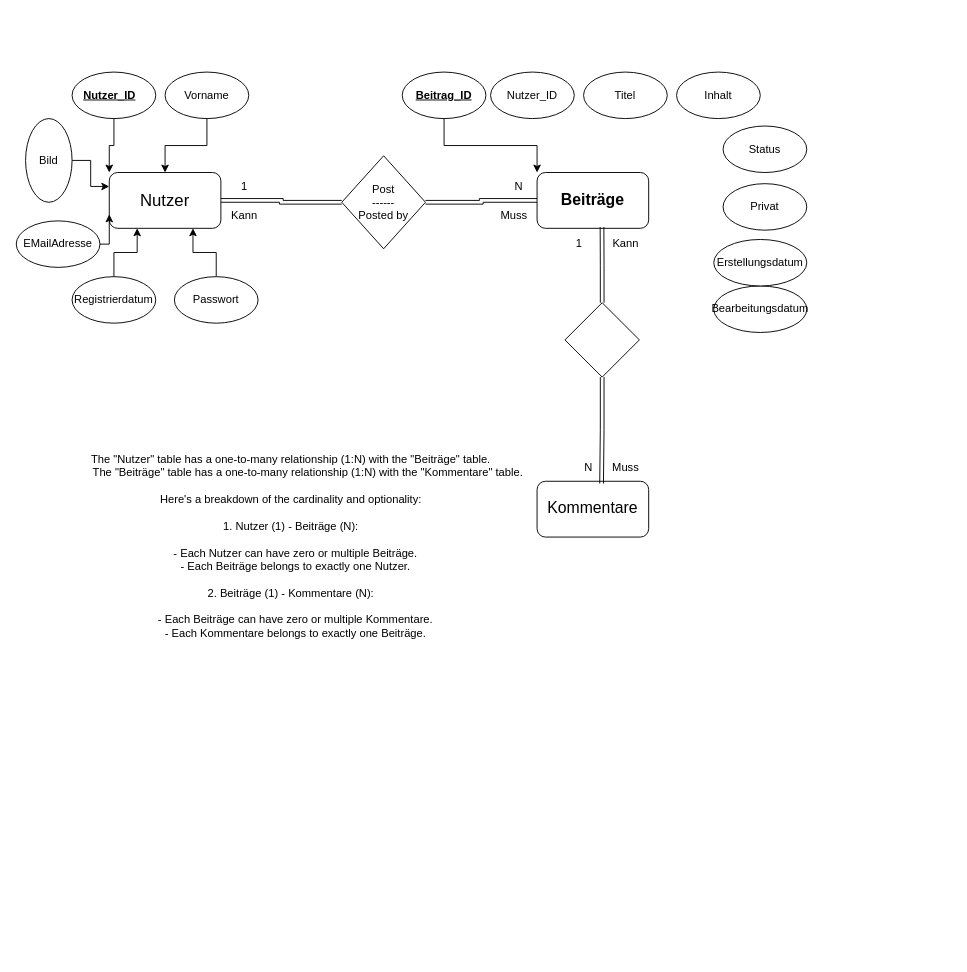
Above: classproject.drawio in Fabrice-G/test_education (draw.io), before the change. Source tidied: cells renumbered, new cells numbered last; positions are measured from the earlier drawing's top-left corner, leaving out a move shared by most shapes. Both pictures are drawn from the tidied source at 93%, with x=0, y=0 at pixel (16, 72).
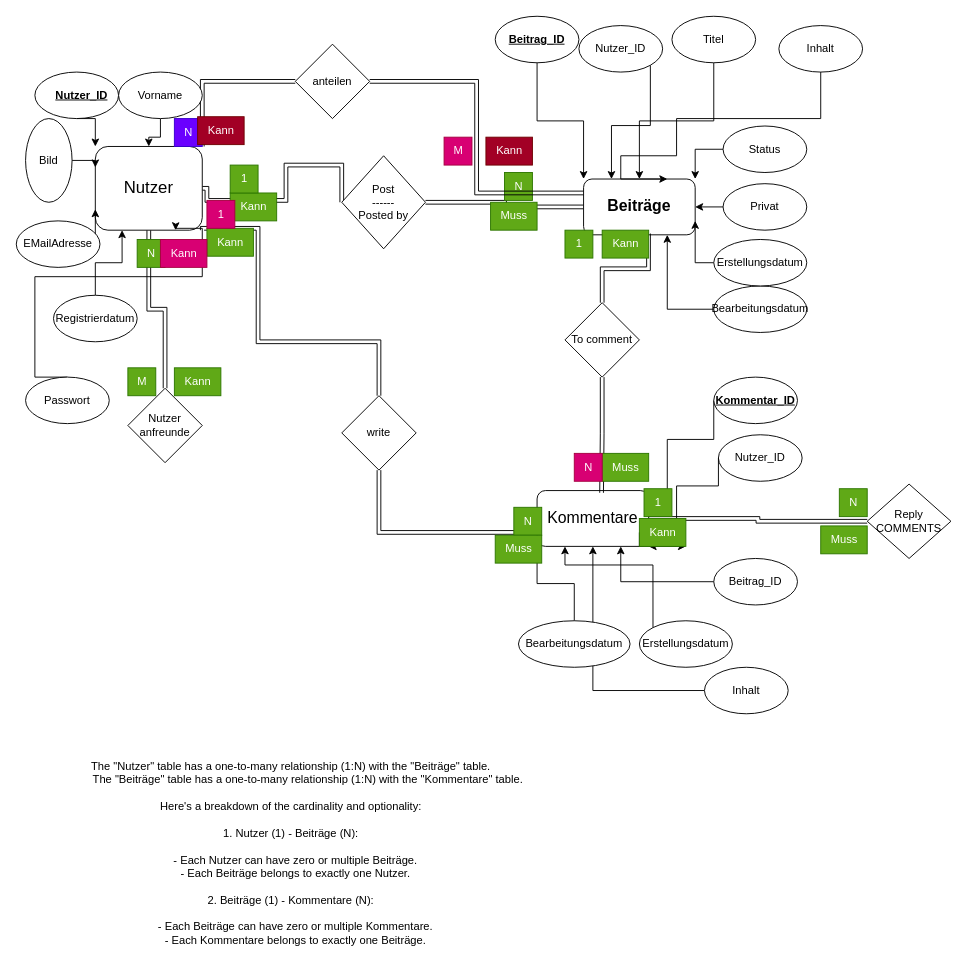
The same diagram, later.

Unchanged cells that the change refers to:
```xml
<mxCell id="20" value="Post&lt;br&gt;------&lt;br&gt;Posted by" style="rhombus;whiteSpace=wrap;html=1;" parent="1" vertex="1">
  <mxGeometry x="350" y="90" width="90" height="100" as="geometry" />
</mxCell>
<mxCell id="33" value="Bearbeitungsdatum" style="ellipse;whiteSpace=wrap;html=1;" parent="1" vertex="1">
  <mxGeometry x="750" y="230" width="100" height="50" as="geometry" />
</mxCell>
<mxCell id="34" value="Erstellungsdatum" style="ellipse;whiteSpace=wrap;html=1;" parent="1" vertex="1">
  <mxGeometry x="750" y="180" width="100" height="50" as="geometry" />
</mxCell>
<mxCell id="35" value="Privat" style="ellipse;whiteSpace=wrap;html=1;" parent="1" vertex="1">
  <mxGeometry x="760" y="120" width="90" height="50" as="geometry" />
</mxCell>
<mxCell id="36" value="Status" style="ellipse;whiteSpace=wrap;html=1;" parent="1" vertex="1">
  <mxGeometry x="760" y="58" width="90" height="50" as="geometry" />
</mxCell>
```

What changed in the source:
```diff
@@
+    <mxCell id="42" style="edgeStyle=orthogonalEdgeStyle;shape=link;rounded=0;jettySize=auto;html=1;exitX=0.5;exitY=1;exitDx=0;exitDy=0;entryX=0.5;entryY=0;entryDx=0;entryDy=0;" parent="1" edge="1" source="3" target="65">
+      <mxGeometry relative="1" as="geometry" />
+    </mxCell>
+    <mxCell id="43" style="edgeStyle=orthogonalEdgeStyle;shape=link;rounded=0;jettySize=auto;html=1;exitX=1;exitY=1;exitDx=0;exitDy=0;" parent="1" edge="1" source="3" target="70">
+      <mxGeometry relative="1" as="geometry">
+        <Array as="points">
+          <mxPoint x="260" y="168" />
+          <mxPoint x="260" y="290" />
+          <mxPoint x="390" y="290" />
+        </Array>
+      </mxGeometry>
+    </mxCell>
     <mxCell id="2" style="edgeStyle=orthogonalEdgeStyle;shape=link;rounded=0;jettySize=auto;html=1;exitX=1;exitY=0.5;exitDx=0;exitDy=0;entryX=0;entryY=0.5;entryDx=0;entryDy=0;" parent="1" edge="1" source="3" target="20">
-      <mxGeometry relative="1" as="geometry" />
+      <mxGeometry relative="1" as="geometry">
+        <Array as="points">
+          <mxPoint x="205" y="138" />
+          <mxPoint x="290" y="138" />
+          <mxPoint x="290" y="100" />
+          <mxPoint x="350" y="100" />
+        </Array>
+      </mxGeometry>
     </mxCell>
+    <mxCell id="44" style="edgeStyle=orthogonalEdgeStyle;shape=link;rounded=0;jettySize=auto;html=1;exitX=1;exitY=0;exitDx=0;exitDy=0;entryX=0;entryY=0.5;entryDx=0;entryDy=0;" parent="1" edge="1" source="3" target="83">
+      <mxGeometry relative="1" as="geometry" />
+    </mxCell>
     <mxCell id="3" value="&lt;font style=&quot;font-size: 18px;&quot;&gt;Nutzer&lt;/font&gt;" style="rounded=1;whiteSpace=wrap;html=1;" parent="1" vertex="1">
-      <mxGeometry x="100" y="108" width="120" height="60" as="geometry" />
+      <mxGeometry x="85" y="80" width="115" height="90" as="geometry" />
     </mxCell>
@@
     <mxCell id="5" value="&lt;b&gt;&lt;font style=&quot;font-size: 17px;&quot;&gt;Beiträge&lt;/font&gt;&lt;/b&gt;" style="rounded=1;whiteSpace=wrap;html=1;" parent="1" vertex="1">
-      <mxGeometry x="560" y="108" width="120" height="60" as="geometry" />
+      <mxGeometry x="610" y="115" width="120" height="60" as="geometry" />
     </mxCell>
+    <mxCell id="45" style="edgeStyle=orthogonalEdgeStyle;shape=link;rounded=0;jettySize=auto;html=1;exitX=1;exitY=0.5;exitDx=0;exitDy=0;entryX=0;entryY=0.5;entryDx=0;entryDy=0;" parent="1" edge="1" source="6" target="74">
+      <mxGeometry relative="1" as="geometry" />
+    </mxCell>
     <mxCell id="6" value="&lt;font style=&quot;font-size: 17px;&quot;&gt;Kommentare&lt;/font&gt;" style="rounded=1;whiteSpace=wrap;html=1;" parent="1" vertex="1">
-      <mxGeometry x="560" y="440" width="120" height="60" as="geometry" />
+      <mxGeometry x="560" y="450" width="120" height="60" as="geometry" />
     </mxCell>
@@
     <mxCell id="8" style="ellipse;whiteSpace=wrap;html=1;" parent="1" vertex="1">
-      <mxGeometry x="60" width="90" height="50" as="geometry" />
+      <mxGeometry x="20" width="90" height="50" as="geometry" />
     </mxCell>
@@
     <mxCell id="11" style="edgeStyle=orthogonalEdgeStyle;rounded=0;jettySize=auto;html=1;exitX=0.5;exitY=0;exitDx=0;exitDy=0;entryX=0.75;entryY=1;entryDx=0;entryDy=0;" parent="1" edge="1" source="12" target="3">
-      <mxGeometry relative="1" as="geometry" />
+      <mxGeometry relative="1" as="geometry">
+        <Array as="points">
+          <mxPoint x="20" y="328" />
+          <mxPoint x="20" y="220" />
+          <mxPoint x="200" y="220" />
+          <mxPoint x="200" y="168" />
+        </Array>
+      </mxGeometry>
     </mxCell>
     <mxCell id="12" value="Passwort" style="ellipse;whiteSpace=wrap;html=1;" parent="1" vertex="1">
-      <mxGeometry x="170" y="220" width="90" height="50" as="geometry" />
+      <mxGeometry x="10" y="328" width="90" height="50" as="geometry" />
     </mxCell>
@@
     <mxCell id="14" value="Registrierdatum" style="ellipse;whiteSpace=wrap;html=1;" parent="1" vertex="1">
-      <mxGeometry x="60" y="220" width="90" height="50" as="geometry" />
+      <mxGeometry x="40" y="240" width="90" height="50" as="geometry" />
     </mxCell>
@@
     <mxCell id="17" value="&lt;u&gt;&lt;b&gt;Nutzer_ID&lt;/b&gt;&lt;/u&gt;" style="text;html=1;align=center;verticalAlign=middle;strokeColor=none;fillColor=none;" parent="1" vertex="1">
-      <mxGeometry x="60" y="10" width="80" height="30" as="geometry" />
+      <mxGeometry x="30" y="10" width="80" height="30" as="geometry" />
     </mxCell>
@@
     <mxCell id="19" value="Vorname" style="ellipse;whiteSpace=wrap;html=1;" parent="1" vertex="1">
-      <mxGeometry x="160" width="90" height="50" as="geometry" />
+      <mxGeometry x="110" width="90" height="50" as="geometry" />
     </mxCell>
@@
-    <mxCell id="23" style="rhombus;whiteSpace=wrap;html=1;" parent="1" vertex="1">
+    <mxCell id="23" value="To comment&lt;br&gt;" style="rhombus;whiteSpace=wrap;html=1;" parent="1" vertex="1">
       <mxGeometry x="590" y="248" width="80" height="80" as="geometry" />
     </mxCell>
     <mxCell id="24" value="&lt;div&gt;&lt;span style=&quot;background-color: initial;&quot;&gt;The &quot;Nutzer&quot; table has a one-to-many relationship (1:N) with the &quot;Beiträge&quot; table.&lt;/span&gt;&lt;/div&gt;&lt;div&gt;&lt;span style=&quot;background-color: initial;&quot;&gt;&amp;nbsp; &amp;nbsp; &amp;nbsp; &amp;nbsp; &amp;nbsp; &amp;nbsp;The &quot;Beiträge&quot; table has a one-to-many relationship (1:N) with the &quot;Kommentare&quot; table.&lt;/span&gt;&lt;/div&gt;&lt;div&gt;&lt;br&gt;&lt;/div&gt;&lt;div&gt;Here's a breakdown of the cardinality and optionality:&lt;/div&gt;&lt;div&gt;&lt;br&gt;&lt;/div&gt;&lt;div&gt;1. Nutzer (1) - Beiträge (N):&lt;/div&gt;&lt;div&gt;&lt;br&gt;&lt;/div&gt;&lt;div&gt;&amp;nbsp; &amp;nbsp;- Each Nutzer can have zero or multiple Beiträge.&lt;/div&gt;&lt;div&gt;&amp;nbsp; &amp;nbsp;- Each Beiträge belongs to exactly one Nutzer.&lt;/div&gt;&lt;div&gt;&lt;br&gt;&lt;/div&gt;&lt;div&gt;2. Beiträge (1) - Kommentare (N):&lt;/div&gt;&lt;div&gt;&lt;br&gt;&lt;/div&gt;&lt;div&gt;&amp;nbsp; &amp;nbsp;- Each Beiträge can have zero or multiple Kommentare.&lt;/div&gt;&lt;div&gt;&amp;nbsp; &amp;nbsp;- Each Kommentare belongs to exactly one Beiträge.&lt;/div&gt;" style="text;html=1;align=center;verticalAlign=middle;strokeColor=none;fillColor=none;" parent="1" vertex="1">
-      <mxGeometry x="35" y="400" width="520" height="220" as="geometry" />
+      <mxGeometry x="35" y="730" width="520" height="220" as="geometry" />
     </mxCell>
-    <mxCell id="25" value="Kann" style="text;html=1;align=center;verticalAlign=middle;strokeColor=none;fillColor=none;" parent="1" vertex="1">
-      <mxGeometry x="220" y="140" width="50" height="30" as="geometry" />
+    <mxCell id="25" value="Kann" style="text;html=1;align=center;verticalAlign=middle;strokeColor=#2D7600;fillColor=#60a917;fontColor=#ffffff;" parent="1" vertex="1">
+      <mxGeometry x="230" y="130" width="50" height="30" as="geometry" />
     </mxCell>
-    <mxCell id="26" value="Muss" style="text;html=1;align=center;verticalAlign=middle;strokeColor=none;fillColor=none;" parent="1" vertex="1">
+    <mxCell id="26" value="Muss" style="text;html=1;align=center;verticalAlign=middle;strokeColor=#2D7600;fillColor=#60a917;fontColor=#ffffff;" parent="1" vertex="1">
       <mxGeometry x="510" y="140" width="50" height="30" as="geometry" />
     </mxCell>
-    <mxCell id="27" value="N" style="text;html=1;align=center;verticalAlign=middle;strokeColor=none;fillColor=none;" parent="1" vertex="1">
+    <mxCell id="27" value="N" style="text;html=1;align=center;verticalAlign=middle;strokeColor=#2D7600;fillColor=#60a917;fontColor=#ffffff;" parent="1" vertex="1">
       <mxGeometry x="525" y="108" width="30" height="30" as="geometry" />
     </mxCell>
-    <mxCell id="28" value="1" style="text;html=1;align=center;verticalAlign=middle;strokeColor=none;fillColor=none;" parent="1" vertex="1">
-      <mxGeometry x="230" y="108" width="30" height="30" as="geometry" />
+    <mxCell id="28" value="1" style="text;html=1;align=center;verticalAlign=middle;strokeColor=#2D7600;fillColor=#60a917;fontColor=#ffffff;" parent="1" vertex="1">
+      <mxGeometry x="230" y="100" width="30" height="30" as="geometry" />
     </mxCell>
-    <mxCell id="29" value="1" style="text;html=1;align=center;verticalAlign=middle;strokeColor=none;fillColor=none;" parent="1" vertex="1">
+    <mxCell id="29" value="1" style="text;html=1;align=center;verticalAlign=middle;strokeColor=#2D7600;fillColor=#60a917;fontColor=#ffffff;" parent="1" vertex="1">
       <mxGeometry x="590" y="170" width="30" height="30" as="geometry" />
     </mxCell>
-    <mxCell id="30" value="Kann" style="text;html=1;align=center;verticalAlign=middle;strokeColor=none;fillColor=none;" parent="1" vertex="1">
+    <mxCell id="30" value="Kann" style="text;html=1;align=center;verticalAlign=middle;strokeColor=#2D7600;fillColor=#60a917;fontColor=#ffffff;" parent="1" vertex="1">
       <mxGeometry x="630" y="170" width="50" height="30" as="geometry" />
     </mxCell>
-    <mxCell id="31" value="Muss" style="text;html=1;align=center;verticalAlign=middle;strokeColor=none;fillColor=none;" parent="1" vertex="1">
+    <mxCell id="31" value="Muss" style="text;html=1;align=center;verticalAlign=middle;strokeColor=#2D7600;fillColor=#60a917;fontColor=#ffffff;" parent="1" vertex="1">
       <mxGeometry x="630" y="410" width="50" height="30" as="geometry" />
     </mxCell>
-    <mxCell id="32" value="N" style="text;html=1;align=center;verticalAlign=middle;strokeColor=none;fillColor=none;" parent="1" vertex="1">
+    <mxCell id="32" value="N" style="text;html=1;align=center;verticalAlign=middle;strokeColor=#A50040;fillColor=#d80073;fontColor=#ffffff;" parent="1" vertex="1">
       <mxGeometry x="600" y="410" width="30" height="30" as="geometry" />
     </mxCell>
+    <mxCell id="46" style="edgeStyle=orthogonalEdgeStyle;rounded=0;jettySize=auto;html=1;exitX=0;exitY=0.5;exitDx=0;exitDy=0;entryX=0.75;entryY=1;entryDx=0;entryDy=0;" parent="1" edge="1" source="33" target="5">
+      <mxGeometry relative="1" as="geometry" />
+    </mxCell>
@@
+    <mxCell id="47" style="edgeStyle=orthogonalEdgeStyle;rounded=0;jettySize=auto;html=1;exitX=0;exitY=0.5;exitDx=0;exitDy=0;entryX=1;entryY=0.75;entryDx=0;entryDy=0;" parent="1" edge="1" source="34" target="5">
+      <mxGeometry relative="1" as="geometry" />
+    </mxCell>
@@
+    <mxCell id="48" style="edgeStyle=orthogonalEdgeStyle;rounded=0;jettySize=auto;html=1;exitX=0;exitY=0.5;exitDx=0;exitDy=0;entryX=1;entryY=0.5;entryDx=0;entryDy=0;" parent="1" edge="1" source="35" target="5">
+      <mxGeometry relative="1" as="geometry" />
+    </mxCell>
@@
+    <mxCell id="49" style="edgeStyle=orthogonalEdgeStyle;rounded=0;jettySize=auto;html=1;exitX=0;exitY=0.5;exitDx=0;exitDy=0;entryX=1;entryY=0;entryDx=0;entryDy=0;" parent="1" edge="1" source="36" target="5">
+      <mxGeometry relative="1" as="geometry" />
+    </mxCell>
@@
     <mxCell id="38" value="&lt;u&gt;&lt;b&gt;Beitrag_ID&lt;/b&gt;&lt;/u&gt;" style="ellipse;whiteSpace=wrap;html=1;" parent="1" vertex="1">
-      <mxGeometry x="415" width="90" height="50" as="geometry" />
+      <mxGeometry x="515" y="-60" width="90" height="50" as="geometry" />
     </mxCell>
+    <mxCell id="50" style="edgeStyle=orthogonalEdgeStyle;rounded=0;jettySize=auto;html=1;exitX=0.5;exitY=1;exitDx=0;exitDy=0;entryX=0.75;entryY=0;entryDx=0;entryDy=0;" parent="1" edge="1" source="39" target="5">
+      <mxGeometry relative="1" as="geometry">
+        <Array as="points">
+          <mxPoint x="710" y="50" />
+          <mxPoint x="710" y="90" />
+          <mxPoint x="650" y="90" />
+        </Array>
+      </mxGeometry>
+    </mxCell>
     <mxCell id="39" value="Inhalt" style="ellipse;whiteSpace=wrap;html=1;" parent="1" vertex="1">
-      <mxGeometry x="710" width="90" height="50" as="geometry" />
+      <mxGeometry x="820" y="-50" width="90" height="50" as="geometry" />
     </mxCell>
+    <mxCell id="51" style="edgeStyle=orthogonalEdgeStyle;rounded=0;jettySize=auto;html=1;exitX=0.5;exitY=1;exitDx=0;exitDy=0;entryX=0.5;entryY=0;entryDx=0;entryDy=0;" parent="1" edge="1" source="40" target="5">
+      <mxGeometry relative="1" as="geometry" />
+    </mxCell>
     <mxCell id="40" value="Titel" style="ellipse;whiteSpace=wrap;html=1;" parent="1" vertex="1">
-      <mxGeometry x="610" width="90" height="50" as="geometry" />
+      <mxGeometry x="705" y="-60" width="90" height="50" as="geometry" />
     </mxCell>
+    <mxCell id="52" style="edgeStyle=orthogonalEdgeStyle;rounded=0;jettySize=auto;html=1;exitX=1;exitY=1;exitDx=0;exitDy=0;entryX=0.25;entryY=0;entryDx=0;entryDy=0;" parent="1" edge="1" source="41" target="5">
+      <mxGeometry relative="1" as="geometry" />
+    </mxCell>
     <mxCell id="41" value="Nutzer_ID" style="ellipse;whiteSpace=wrap;html=1;" parent="1" vertex="1">
-      <mxGeometry x="510" width="90" height="50" as="geometry" />
+      <mxGeometry x="605" y="-50" width="90" height="50" as="geometry" />
     </mxCell>
+    <mxCell id="53" style="edgeStyle=orthogonalEdgeStyle;rounded=0;jettySize=auto;html=1;exitX=0;exitY=0.5;exitDx=0;exitDy=0;entryX=0.5;entryY=1;entryDx=0;entryDy=0;" parent="1" edge="1" source="54" target="6">
+      <mxGeometry relative="1" as="geometry" />
+    </mxCell>
+    <mxCell id="54" value="Inhalt" style="ellipse;whiteSpace=wrap;html=1;" parent="1" vertex="1">
+      <mxGeometry x="740" y="640" width="90" height="50" as="geometry" />
+    </mxCell>
+    <mxCell id="55" style="edgeStyle=orthogonalEdgeStyle;rounded=0;jettySize=auto;html=1;exitX=0.5;exitY=0;exitDx=0;exitDy=0;entryX=0;entryY=1;entryDx=0;entryDy=0;" parent="1" edge="1" source="56" target="6">
+      <mxGeometry relative="1" as="geometry" />
+    </mxCell>
+    <mxCell id="56" value="Bearbeitungsdatum" style="ellipse;whiteSpace=wrap;html=1;" parent="1" vertex="1">
+      <mxGeometry x="540" y="590" width="120" height="50" as="geometry" />
+    </mxCell>
+    <mxCell id="57" style="edgeStyle=orthogonalEdgeStyle;rounded=0;jettySize=auto;html=1;exitX=0;exitY=0;exitDx=0;exitDy=0;entryX=0.25;entryY=1;entryDx=0;entryDy=0;" parent="1" edge="1" source="58" target="6">
+      <mxGeometry relative="1" as="geometry">
+        <Array as="points">
+          <mxPoint x="685" y="530" />
+          <mxPoint x="590" y="530" />
+        </Array>
+      </mxGeometry>
+    </mxCell>
+    <mxCell id="58" value="Erstellungsdatum" style="ellipse;whiteSpace=wrap;html=1;" parent="1" vertex="1">
+      <mxGeometry x="670" y="590" width="100" height="50" as="geometry" />
+    </mxCell>
+    <mxCell id="59" style="edgeStyle=orthogonalEdgeStyle;rounded=0;jettySize=auto;html=1;exitX=0;exitY=0.5;exitDx=0;exitDy=0;entryX=0.75;entryY=1;entryDx=0;entryDy=0;" parent="1" edge="1" source="60" target="6">
+      <mxGeometry relative="1" as="geometry" />
+    </mxCell>
+    <mxCell id="60" value="Beitrag_ID" style="ellipse;whiteSpace=wrap;html=1;" parent="1" vertex="1">
+      <mxGeometry x="750" y="523" width="90" height="50" as="geometry" />
+    </mxCell>
+    <mxCell id="61" style="edgeStyle=orthogonalEdgeStyle;rounded=0;jettySize=auto;html=1;exitX=0;exitY=0.5;exitDx=0;exitDy=0;entryX=1;entryY=1;entryDx=0;entryDy=0;" parent="1" edge="1" source="77" target="6">
+      <mxGeometry relative="1" as="geometry">
+        <Array as="points">
+          <mxPoint x="710" y="510" />
+          <mxPoint x="680" y="510" />
+        </Array>
+      </mxGeometry>
+    </mxCell>
+    <mxCell id="62" value="Nutzer_ID" style="ellipse;whiteSpace=wrap;html=1;" parent="1" vertex="1">
+      <mxGeometry x="755" y="390" width="90" height="50" as="geometry" />
+    </mxCell>
+    <mxCell id="63" style="edgeStyle=orthogonalEdgeStyle;rounded=0;jettySize=auto;html=1;exitX=0;exitY=0.5;exitDx=0;exitDy=0;entryX=1;entryY=0.25;entryDx=0;entryDy=0;" parent="1" edge="1" source="64" target="6">
+      <mxGeometry relative="1" as="geometry">
+        <Array as="points">
+          <mxPoint x="700" y="395" />
+          <mxPoint x="700" y="455" />
+        </Array>
+      </mxGeometry>
+    </mxCell>
+    <mxCell id="64" value="&lt;b&gt;&lt;u&gt;Kommentar_ID&lt;/u&gt;&lt;/b&gt;" style="ellipse;whiteSpace=wrap;html=1;" parent="1" vertex="1">
+      <mxGeometry x="750" y="328" width="90" height="50" as="geometry" />
+    </mxCell>
+    <mxCell id="65" value="Nutzer&lt;br&gt;anfreunde" style="rhombus;whiteSpace=wrap;html=1;" parent="1" vertex="1">
+      <mxGeometry x="120" y="340" width="80" height="80" as="geometry" />
+    </mxCell>
+    <mxCell id="66" value="N" style="text;html=1;align=center;verticalAlign=middle;strokeColor=#2D7600;fillColor=#60a917;fontColor=#ffffff;" parent="1" vertex="1">
+      <mxGeometry x="130" y="180" width="30" height="30" as="geometry" />
+    </mxCell>
+    <mxCell id="67" value="M" style="text;html=1;align=center;verticalAlign=middle;strokeColor=#2D7600;fillColor=#60a917;fontColor=#ffffff;" parent="1" vertex="1">
+      <mxGeometry x="120" y="318" width="30" height="30" as="geometry" />
+    </mxCell>
+    <mxCell id="68" value="Kann" style="text;html=1;align=center;verticalAlign=middle;strokeColor=#2D7600;fillColor=#60a917;fontColor=#ffffff;" parent="1" vertex="1">
+      <mxGeometry x="170" y="318" width="50" height="30" as="geometry" />
+    </mxCell>
+    <mxCell id="69" style="edgeStyle=orthogonalEdgeStyle;shape=link;rounded=0;jettySize=auto;html=1;exitX=0.5;exitY=1;exitDx=0;exitDy=0;entryX=0;entryY=0.75;entryDx=0;entryDy=0;" parent="1" edge="1" source="70" target="6">
+      <mxGeometry relative="1" as="geometry" />
+    </mxCell>
+    <mxCell id="70" value="write" style="rhombus;whiteSpace=wrap;html=1;" parent="1" vertex="1">
+      <mxGeometry x="350" y="348" width="80" height="80" as="geometry" />
+    </mxCell>
+    <mxCell id="71" value="N" style="text;html=1;align=center;verticalAlign=middle;strokeColor=#2D7600;fillColor=#60a917;fontColor=#ffffff;" parent="1" vertex="1">
+      <mxGeometry x="535" y="468" width="30" height="30" as="geometry" />
+    </mxCell>
+    <mxCell id="72" value="Kann" style="text;html=1;align=center;verticalAlign=middle;strokeColor=#2D7600;fillColor=#60a917;fontColor=#ffffff;" parent="1" vertex="1">
+      <mxGeometry x="205" y="168" width="50" height="30" as="geometry" />
+    </mxCell>
+    <mxCell id="73" value="Muss" style="text;html=1;align=center;verticalAlign=middle;strokeColor=#2D7600;fillColor=#60a917;fontColor=#ffffff;" parent="1" vertex="1">
+      <mxGeometry x="515" y="498" width="50" height="30" as="geometry" />
+    </mxCell>
+    <mxCell id="74" value="Reply&lt;br&gt;COMMENTS" style="rhombus;whiteSpace=wrap;html=1;" parent="1" vertex="1">
+      <mxGeometry x="915" y="443" width="90" height="80" as="geometry" />
+    </mxCell>
+    <mxCell id="75" value="Muss" style="text;html=1;align=center;verticalAlign=middle;strokeColor=#2D7600;fillColor=#60a917;fontColor=#ffffff;" parent="1" vertex="1">
+      <mxGeometry x="865" y="488" width="50" height="30" as="geometry" />
+    </mxCell>
+    <mxCell id="76" style="edgeStyle=orthogonalEdgeStyle;rounded=0;jettySize=auto;html=1;exitX=0;exitY=0.5;exitDx=0;exitDy=0;entryX=1;entryY=1;entryDx=0;entryDy=0;" parent="1" edge="1" source="62" target="77">
+      <mxGeometry relative="1" as="geometry">
+        <Array as="points">
+          <mxPoint x="710" y="445" />
+        </Array>
+      </mxGeometry>
+    </mxCell>
+    <mxCell id="77" value="Kann" style="text;html=1;align=center;verticalAlign=middle;points=[];strokeColor=#2D7600;fillColor=#60a917;fontColor=#ffffff;" parent="1" vertex="1">
+      <mxGeometry x="670" y="480" width="50" height="30" as="geometry" />
+    </mxCell>
+    <mxCell id="78" value="1" style="text;html=1;align=center;verticalAlign=middle;strokeColor=#2D7600;fillColor=#60a917;fontColor=#ffffff;" parent="1" vertex="1">
+      <mxGeometry x="675" y="448" width="30" height="30" as="geometry" />
+    </mxCell>
+    <mxCell id="79" value="N" style="text;html=1;align=center;verticalAlign=middle;strokeColor=#2D7600;fillColor=#60a917;fontColor=#ffffff;" parent="1" vertex="1">
+      <mxGeometry x="885" y="448" width="30" height="30" as="geometry" />
+    </mxCell>
+    <mxCell id="80" value="Kann" style="text;html=1;align=center;verticalAlign=middle;strokeColor=#A50040;fillColor=#d80073;fontColor=#ffffff;" parent="1" vertex="1">
+      <mxGeometry x="155" y="180" width="50" height="30" as="geometry" />
+    </mxCell>
+    <mxCell id="81" value="1" style="text;html=1;align=center;verticalAlign=middle;strokeColor=#A50040;fillColor=#d80073;fontColor=#ffffff;" parent="1" vertex="1">
+      <mxGeometry x="205" y="138" width="30" height="30" as="geometry" />
+    </mxCell>
+    <mxCell id="82" style="edgeStyle=orthogonalEdgeStyle;shape=link;rounded=0;jettySize=auto;html=1;exitX=1;exitY=0.5;exitDx=0;exitDy=0;entryX=0;entryY=0.25;entryDx=0;entryDy=0;" parent="1" edge="1" source="83" target="5">
+      <mxGeometry relative="1" as="geometry" />
+    </mxCell>
+    <mxCell id="83" value="anteilen" style="rhombus;whiteSpace=wrap;html=1;" parent="1" vertex="1">
+      <mxGeometry x="300" y="-30" width="80" height="80" as="geometry" />
+    </mxCell>
+    <mxCell id="84" value="N" style="text;html=1;align=center;verticalAlign=middle;strokeColor=#3700CC;fillColor=#6a00ff;fontColor=#ffffff;" parent="1" vertex="1">
+      <mxGeometry x="170" y="50" width="30" height="30" as="geometry" />
+    </mxCell>
+    <mxCell id="85" value="Kann" style="text;html=1;align=center;verticalAlign=middle;strokeColor=#6F0000;fillColor=#a20025;fontColor=#ffffff;" parent="1" vertex="1">
+      <mxGeometry x="195" y="48" width="50" height="30" as="geometry" />
+    </mxCell>
+    <mxCell id="86" value="Kann" style="text;html=1;align=center;verticalAlign=middle;strokeColor=#6F0000;fillColor=#a20025;fontColor=#ffffff;" parent="1" vertex="1">
+      <mxGeometry x="505" y="70" width="50" height="30" as="geometry" />
+    </mxCell>
+    <mxCell id="87" value="M" style="text;html=1;align=center;verticalAlign=middle;strokeColor=#A50040;fillColor=#d80073;fontColor=#ffffff;" parent="1" vertex="1">
+      <mxGeometry x="460" y="70" width="30" height="30" as="geometry" />
+    </mxCell>
```
